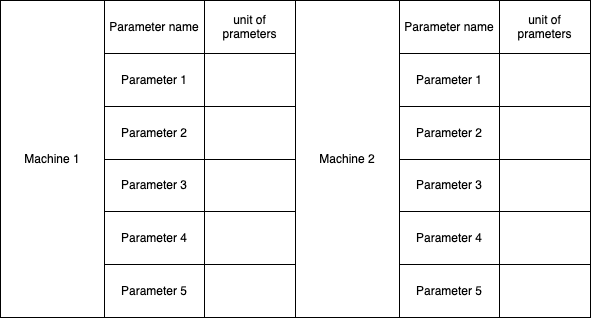
Earlier version of the draw.io export machnining paramters.png (amerezoji1362/drawio-github). Source tidied: cells renumbered, new cells last; positions are measured from the earlier drawing's top-left corner, leaving out a move shared by most shapes.
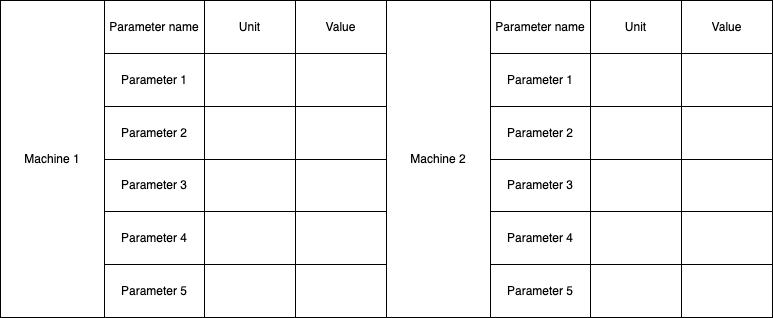
Later version of the same file.

Diff of the diagram source:
```diff
@@ -2,137 +2,173 @@
   <root>
     <mxCell id="0" />
     <mxCell id="1" parent="0" />
-    <mxCell id="2" style="shape=table;startSize=0;" parent="1" vertex="1">
-      <mxGeometry x="104" width="191" height="317" as="geometry" />
-    </mxCell>
-    <mxCell id="3" style="shape=partialRectangle;fillColor=none;top=0;left=0;bottom=0;right=0;" parent="2" vertex="1">
-      <mxGeometry width="191" height="53" as="geometry" />
-    </mxCell>
-    <mxCell id="4" value="Parameter name" style="shape=partialRectangle;html=1;whiteSpace=wrap;overflow=hidden;fillColor=none;top=0;left=0;bottom=0;right=0;" parent="3" vertex="1">
-      <mxGeometry width="100" height="53" as="geometry" />
-    </mxCell>
-    <mxCell id="5" value="unit of prameters" style="shape=partialRectangle;html=1;whiteSpace=wrap;overflow=hidden;fillColor=none;top=0;left=0;bottom=0;right=0;" parent="3" vertex="1">
-      <mxGeometry x="100" width="91" height="53" as="geometry" />
-    </mxCell>
-    <mxCell id="6" style="shape=partialRectangle;fillColor=none;top=0;left=0;bottom=0;right=0;" parent="2" vertex="1">
-      <mxGeometry y="53" width="191" height="53" as="geometry" />
-    </mxCell>
-    <mxCell id="7" value="Parameter 1" style="shape=partialRectangle;html=1;whiteSpace=wrap;overflow=hidden;fillColor=none;top=0;left=0;bottom=0;right=0;" parent="6" vertex="1">
-      <mxGeometry width="100" height="53" as="geometry" />
-    </mxCell>
-    <mxCell id="8" style="shape=partialRectangle;html=1;whiteSpace=wrap;overflow=hidden;fillColor=none;top=0;left=0;bottom=0;right=0;" parent="6" vertex="1">
-      <mxGeometry x="100" width="91" height="53" as="geometry" />
-    </mxCell>
-    <mxCell id="9" style="shape=partialRectangle;fillColor=none;top=0;left=0;bottom=0;right=0;" parent="2" vertex="1">
-      <mxGeometry y="106" width="191" height="53" as="geometry" />
-    </mxCell>
-    <mxCell id="10" value="Parameter 2" style="shape=partialRectangle;html=1;whiteSpace=wrap;overflow=hidden;fillColor=none;top=0;left=0;bottom=0;right=0;" parent="9" vertex="1">
-      <mxGeometry width="100" height="53" as="geometry" />
-    </mxCell>
-    <mxCell id="11" style="shape=partialRectangle;html=1;whiteSpace=wrap;overflow=hidden;fillColor=none;top=0;left=0;bottom=0;right=0;" parent="9" vertex="1">
-      <mxGeometry x="100" width="91" height="53" as="geometry" />
-    </mxCell>
-    <mxCell id="12" style="shape=partialRectangle;fillColor=none;top=0;left=0;bottom=0;right=0;" parent="2" vertex="1">
-      <mxGeometry y="159" width="191" height="52" as="geometry" />
-    </mxCell>
-    <mxCell id="13" value="Parameter 3" style="shape=partialRectangle;html=1;whiteSpace=wrap;overflow=hidden;fillColor=none;top=0;left=0;bottom=0;right=0;" parent="12" vertex="1">
-      <mxGeometry width="100" height="52" as="geometry" />
-    </mxCell>
-    <mxCell id="14" style="shape=partialRectangle;html=1;whiteSpace=wrap;overflow=hidden;fillColor=none;top=0;left=0;bottom=0;right=0;" parent="12" vertex="1">
-      <mxGeometry x="100" width="91" height="52" as="geometry" />
-    </mxCell>
-    <mxCell id="15" style="shape=partialRectangle;fillColor=none;top=0;left=0;bottom=0;right=0;" parent="2" vertex="1">
-      <mxGeometry y="211" width="191" height="53" as="geometry" />
-    </mxCell>
-    <mxCell id="16" value="Parameter 4" style="shape=partialRectangle;html=1;whiteSpace=wrap;overflow=hidden;fillColor=none;top=0;left=0;bottom=0;right=0;" parent="15" vertex="1">
-      <mxGeometry width="100" height="53" as="geometry" />
-    </mxCell>
-    <mxCell id="17" style="shape=partialRectangle;html=1;whiteSpace=wrap;overflow=hidden;fillColor=none;top=0;left=0;bottom=0;right=0;" parent="15" vertex="1">
-      <mxGeometry x="100" width="91" height="53" as="geometry" />
-    </mxCell>
-    <mxCell id="18" style="shape=partialRectangle;fillColor=none;top=0;left=0;bottom=0;right=0;" parent="2" vertex="1">
-      <mxGeometry y="264" width="191" height="53" as="geometry" />
-    </mxCell>
-    <mxCell id="19" value="Parameter 5" style="shape=partialRectangle;html=1;whiteSpace=wrap;overflow=hidden;fillColor=none;top=0;left=0;bottom=0;right=0;" parent="18" vertex="1">
-      <mxGeometry width="100" height="53" as="geometry" />
-    </mxCell>
-    <mxCell id="20" style="shape=partialRectangle;html=1;whiteSpace=wrap;overflow=hidden;fillColor=none;top=0;left=0;bottom=0;right=0;" parent="18" vertex="1">
-      <mxGeometry x="100" width="91" height="53" as="geometry" />
-    </mxCell>
+    <mxCell id="46" style="shape=table;startSize=0;" parent="1" vertex="1">
+      <mxGeometry x="104" width="282" height="317" as="geometry" />
+    </mxCell>
+    <mxCell id="47" style="shape=partialRectangle;fillColor=none;top=0;left=0;bottom=0;right=0;" parent="46" vertex="1">
+      <mxGeometry width="282" height="53" as="geometry" />
+    </mxCell>
+    <mxCell id="48" value="Parameter name" style="shape=partialRectangle;html=1;whiteSpace=wrap;overflow=hidden;fillColor=none;top=0;left=0;bottom=0;right=0;" parent="47" vertex="1">
+      <mxGeometry width="100" height="53" as="geometry" />
+    </mxCell>
+    <mxCell id="49" value="Unit" style="shape=partialRectangle;html=1;whiteSpace=wrap;overflow=hidden;fillColor=none;top=0;left=0;bottom=0;right=0;" parent="47" vertex="1">
+      <mxGeometry x="100" width="91" height="53" as="geometry" />
+    </mxCell>
+    <mxCell id="50" value="Value" style="shape=partialRectangle;html=1;whiteSpace=wrap;overflow=hidden;fillColor=none;top=0;left=0;bottom=0;right=0;" parent="47" vertex="1">
+      <mxGeometry x="191" width="91" height="53" as="geometry" />
+    </mxCell>
+    <mxCell id="51" style="shape=partialRectangle;fillColor=none;top=0;left=0;bottom=0;right=0;" parent="46" vertex="1">
+      <mxGeometry y="53" width="282" height="53" as="geometry" />
+    </mxCell>
+    <mxCell id="52" value="Parameter 1" style="shape=partialRectangle;html=1;whiteSpace=wrap;overflow=hidden;fillColor=none;top=0;left=0;bottom=0;right=0;" parent="51" vertex="1">
+      <mxGeometry width="100" height="53" as="geometry" />
+    </mxCell>
+    <mxCell id="53" style="shape=partialRectangle;html=1;whiteSpace=wrap;overflow=hidden;fillColor=none;top=0;left=0;bottom=0;right=0;" parent="51" vertex="1">
+      <mxGeometry x="100" width="91" height="53" as="geometry" />
+    </mxCell>
+    <mxCell id="54" style="shape=partialRectangle;html=1;whiteSpace=wrap;overflow=hidden;fillColor=none;top=0;left=0;bottom=0;right=0;" parent="51" vertex="1">
+      <mxGeometry x="191" width="91" height="53" as="geometry" />
+    </mxCell>
+    <mxCell id="55" style="shape=partialRectangle;fillColor=none;top=0;left=0;bottom=0;right=0;" parent="46" vertex="1">
+      <mxGeometry y="106" width="282" height="53" as="geometry" />
+    </mxCell>
+    <mxCell id="56" value="Parameter 2" style="shape=partialRectangle;html=1;whiteSpace=wrap;overflow=hidden;fillColor=none;top=0;left=0;bottom=0;right=0;" parent="55" vertex="1">
+      <mxGeometry width="100" height="53" as="geometry" />
+    </mxCell>
+    <mxCell id="57" style="shape=partialRectangle;html=1;whiteSpace=wrap;overflow=hidden;fillColor=none;top=0;left=0;bottom=0;right=0;" parent="55" vertex="1">
+      <mxGeometry x="100" width="91" height="53" as="geometry" />
+    </mxCell>
+    <mxCell id="58" style="shape=partialRectangle;html=1;whiteSpace=wrap;overflow=hidden;fillColor=none;top=0;left=0;bottom=0;right=0;" parent="55" vertex="1">
+      <mxGeometry x="191" width="91" height="53" as="geometry" />
+    </mxCell>
+    <mxCell id="59" style="shape=partialRectangle;fillColor=none;top=0;left=0;bottom=0;right=0;" parent="46" vertex="1">
+      <mxGeometry y="159" width="282" height="52" as="geometry" />
+    </mxCell>
+    <mxCell id="60" value="Parameter 3" style="shape=partialRectangle;html=1;whiteSpace=wrap;overflow=hidden;fillColor=none;top=0;left=0;bottom=0;right=0;" parent="59" vertex="1">
+      <mxGeometry width="100" height="52" as="geometry" />
+    </mxCell>
+    <mxCell id="61" style="shape=partialRectangle;html=1;whiteSpace=wrap;overflow=hidden;fillColor=none;top=0;left=0;bottom=0;right=0;" parent="59" vertex="1">
+      <mxGeometry x="100" width="91" height="52" as="geometry" />
+    </mxCell>
+    <mxCell id="62" style="shape=partialRectangle;html=1;whiteSpace=wrap;overflow=hidden;fillColor=none;top=0;left=0;bottom=0;right=0;" parent="59" vertex="1">
+      <mxGeometry x="191" width="91" height="52" as="geometry" />
+    </mxCell>
+    <mxCell id="63" style="shape=partialRectangle;fillColor=none;top=0;left=0;bottom=0;right=0;" parent="46" vertex="1">
+      <mxGeometry y="211" width="282" height="53" as="geometry" />
+    </mxCell>
+    <mxCell id="64" value="Parameter 4" style="shape=partialRectangle;html=1;whiteSpace=wrap;overflow=hidden;fillColor=none;top=0;left=0;bottom=0;right=0;" parent="63" vertex="1">
+      <mxGeometry width="100" height="53" as="geometry" />
+    </mxCell>
+    <mxCell id="65" style="shape=partialRectangle;html=1;whiteSpace=wrap;overflow=hidden;fillColor=none;top=0;left=0;bottom=0;right=0;" parent="63" vertex="1">
+      <mxGeometry x="100" width="91" height="53" as="geometry" />
+    </mxCell>
+    <mxCell id="66" style="shape=partialRectangle;html=1;whiteSpace=wrap;overflow=hidden;fillColor=none;top=0;left=0;bottom=0;right=0;" parent="63" vertex="1">
+      <mxGeometry x="191" width="91" height="53" as="geometry" />
+    </mxCell>
+    <mxCell id="67" style="shape=partialRectangle;fillColor=none;top=0;left=0;bottom=0;right=0;" parent="46" vertex="1">
+      <mxGeometry y="264" width="282" height="53" as="geometry" />
+    </mxCell>
+    <mxCell id="68" value="Parameter 5" style="shape=partialRectangle;html=1;whiteSpace=wrap;overflow=hidden;fillColor=none;top=0;left=0;bottom=0;right=0;" parent="67" vertex="1">
+      <mxGeometry width="100" height="53" as="geometry" />
+    </mxCell>
+    <mxCell id="69" style="shape=partialRectangle;html=1;whiteSpace=wrap;overflow=hidden;fillColor=none;top=0;left=0;bottom=0;right=0;" parent="67" vertex="1">
+      <mxGeometry x="100" width="91" height="53" as="geometry" />
+    </mxCell>
+    <mxCell id="70" style="shape=partialRectangle;html=1;whiteSpace=wrap;overflow=hidden;fillColor=none;top=0;left=0;bottom=0;right=0;" parent="67" vertex="1">
+      <mxGeometry x="191" width="91" height="53" as="geometry" />
+    </mxCell>
     <mxCell id="21" style="shape=table;startSize=0;" parent="1" vertex="1">
       <mxGeometry width="104" height="317" as="geometry" />
     </mxCell>
-    <mxCell id="22" style="shape=partialRectangle;fillColor=none;top=0;left=0;bottom=0;right=0;" parent="21" vertex="1">
-      <mxGeometry width="104" height="317" as="geometry" />
-    </mxCell>
+    <mxCell id="71" style="shape=partialRectangle;fillColor=none;top=0;left=0;bottom=0;right=0;" parent="21" vertex="1">
+      <mxGeometry width="104" height="317" as="geometry" />
+    </mxCell>
-    <mxCell id="23" value="Machine 1" style="shape=partialRectangle;html=1;whiteSpace=wrap;overflow=hidden;fillColor=none;top=0;left=0;bottom=0;right=0;" parent="22" vertex="1">
+    <mxCell id="23" value="Machine 1" style="shape=partialRectangle;html=1;whiteSpace=wrap;overflow=hidden;fillColor=none;top=0;left=0;bottom=0;right=0;" parent="71" vertex="1">
       <mxGeometry width="104" height="317" as="geometry" />
     </mxCell>
-    <mxCell id="24" style="shape=table;startSize=0;" parent="1" vertex="1">
-      <mxGeometry x="295" width="104" height="317" as="geometry" />
-    </mxCell>
-    <mxCell id="25" style="shape=partialRectangle;fillColor=none;top=0;left=0;bottom=0;right=0;" parent="24" vertex="1">
-      <mxGeometry width="104" height="317" as="geometry" />
-    </mxCell>
+    <mxCell id="72" style="shape=table;startSize=0;" parent="1" vertex="1">
+      <mxGeometry x="386" width="104" height="317" as="geometry" />
+    </mxCell>
+    <mxCell id="73" style="shape=partialRectangle;fillColor=none;top=0;left=0;bottom=0;right=0;" parent="72" vertex="1">
+      <mxGeometry width="104" height="317" as="geometry" />
+    </mxCell>
-    <mxCell id="26" value="Machine 2" style="shape=partialRectangle;html=1;whiteSpace=wrap;overflow=hidden;fillColor=none;top=0;left=0;bottom=0;right=0;" parent="25" vertex="1">
+    <mxCell id="26" value="Machine 2" style="shape=partialRectangle;html=1;whiteSpace=wrap;overflow=hidden;fillColor=none;top=0;left=0;bottom=0;right=0;" parent="73" vertex="1">
       <mxGeometry width="104" height="317" as="geometry" />
     </mxCell>
-    <mxCell id="27" style="shape=table;startSize=0;" parent="1" vertex="1">
-      <mxGeometry x="399" width="191" height="317" as="geometry" />
-    </mxCell>
-    <mxCell id="28" style="shape=partialRectangle;fillColor=none;top=0;left=0;bottom=0;right=0;" parent="27" vertex="1">
-      <mxGeometry width="191" height="53" as="geometry" />
-    </mxCell>
-    <mxCell id="29" value="Parameter name" style="shape=partialRectangle;html=1;whiteSpace=wrap;overflow=hidden;fillColor=none;top=0;left=0;bottom=0;right=0;" parent="28" vertex="1">
-      <mxGeometry width="100" height="53" as="geometry" />
-    </mxCell>
-    <mxCell id="30" value="unit of prameters" style="shape=partialRectangle;html=1;whiteSpace=wrap;overflow=hidden;fillColor=none;top=0;left=0;bottom=0;right=0;" parent="28" vertex="1">
-      <mxGeometry x="100" width="91" height="53" as="geometry" />
-    </mxCell>
-    <mxCell id="31" style="shape=partialRectangle;fillColor=none;top=0;left=0;bottom=0;right=0;" parent="27" vertex="1">
-      <mxGeometry y="53" width="191" height="53" as="geometry" />
-    </mxCell>
-    <mxCell id="32" value="Parameter 1" style="shape=partialRectangle;html=1;whiteSpace=wrap;overflow=hidden;fillColor=none;top=0;left=0;bottom=0;right=0;" parent="31" vertex="1">
-      <mxGeometry width="100" height="53" as="geometry" />
-    </mxCell>
-    <mxCell id="33" style="shape=partialRectangle;html=1;whiteSpace=wrap;overflow=hidden;fillColor=none;top=0;left=0;bottom=0;right=0;" parent="31" vertex="1">
-      <mxGeometry x="100" width="91" height="53" as="geometry" />
-    </mxCell>
-    <mxCell id="34" style="shape=partialRectangle;fillColor=none;top=0;left=0;bottom=0;right=0;" parent="27" vertex="1">
-      <mxGeometry y="106" width="191" height="53" as="geometry" />
-    </mxCell>
-    <mxCell id="35" value="Parameter 2" style="shape=partialRectangle;html=1;whiteSpace=wrap;overflow=hidden;fillColor=none;top=0;left=0;bottom=0;right=0;" parent="34" vertex="1">
-      <mxGeometry width="100" height="53" as="geometry" />
-    </mxCell>
-    <mxCell id="36" style="shape=partialRectangle;html=1;whiteSpace=wrap;overflow=hidden;fillColor=none;top=0;left=0;bottom=0;right=0;" parent="34" vertex="1">
-      <mxGeometry x="100" width="91" height="53" as="geometry" />
-    </mxCell>
-    <mxCell id="37" style="shape=partialRectangle;fillColor=none;top=0;left=0;bottom=0;right=0;" parent="27" vertex="1">
-      <mxGeometry y="159" width="191" height="52" as="geometry" />
-    </mxCell>
-    <mxCell id="38" value="Parameter 3" style="shape=partialRectangle;html=1;whiteSpace=wrap;overflow=hidden;fillColor=none;top=0;left=0;bottom=0;right=0;" parent="37" vertex="1">
-      <mxGeometry width="100" height="52" as="geometry" />
-    </mxCell>
-    <mxCell id="39" style="shape=partialRectangle;html=1;whiteSpace=wrap;overflow=hidden;fillColor=none;top=0;left=0;bottom=0;right=0;" parent="37" vertex="1">
-      <mxGeometry x="100" width="91" height="52" as="geometry" />
-    </mxCell>
-    <mxCell id="40" style="shape=partialRectangle;fillColor=none;top=0;left=0;bottom=0;right=0;" parent="27" vertex="1">
-      <mxGeometry y="211" width="191" height="53" as="geometry" />
-    </mxCell>
-    <mxCell id="41" value="Parameter 4" style="shape=partialRectangle;html=1;whiteSpace=wrap;overflow=hidden;fillColor=none;top=0;left=0;bottom=0;right=0;" parent="40" vertex="1">
-      <mxGeometry width="100" height="53" as="geometry" />
-    </mxCell>
-    <mxCell id="42" style="shape=partialRectangle;html=1;whiteSpace=wrap;overflow=hidden;fillColor=none;top=0;left=0;bottom=0;right=0;" parent="40" vertex="1">
-      <mxGeometry x="100" width="91" height="53" as="geometry" />
-    </mxCell>
-    <mxCell id="43" style="shape=partialRectangle;fillColor=none;top=0;left=0;bottom=0;right=0;" parent="27" vertex="1">
-      <mxGeometry y="264" width="191" height="53" as="geometry" />
-    </mxCell>
-    <mxCell id="44" value="Parameter 5" style="shape=partialRectangle;html=1;whiteSpace=wrap;overflow=hidden;fillColor=none;top=0;left=0;bottom=0;right=0;" parent="43" vertex="1">
-      <mxGeometry width="100" height="53" as="geometry" />
-    </mxCell>
-    <mxCell id="45" style="shape=partialRectangle;html=1;whiteSpace=wrap;overflow=hidden;fillColor=none;top=0;left=0;bottom=0;right=0;" parent="43" vertex="1">
-      <mxGeometry x="100" width="91" height="53" as="geometry" />
-    </mxCell>
+    <mxCell id="74" style="shape=table;startSize=0;" parent="1" vertex="1">
+      <mxGeometry x="490" width="282" height="317" as="geometry" />
+    </mxCell>
+    <mxCell id="75" style="shape=partialRectangle;fillColor=none;top=0;left=0;bottom=0;right=0;" parent="74" vertex="1">
+      <mxGeometry width="282" height="53" as="geometry" />
+    </mxCell>
+    <mxCell id="76" value="Parameter name" style="shape=partialRectangle;html=1;whiteSpace=wrap;overflow=hidden;fillColor=none;top=0;left=0;bottom=0;right=0;" parent="75" vertex="1">
+      <mxGeometry width="100" height="53" as="geometry" />
+    </mxCell>
+    <mxCell id="77" value="Unit" style="shape=partialRectangle;html=1;whiteSpace=wrap;overflow=hidden;fillColor=none;top=0;left=0;bottom=0;right=0;" parent="75" vertex="1">
+      <mxGeometry x="100" width="91" height="53" as="geometry" />
+    </mxCell>
+    <mxCell id="78" value="Value" style="shape=partialRectangle;html=1;whiteSpace=wrap;overflow=hidden;fillColor=none;top=0;left=0;bottom=0;right=0;" parent="75" vertex="1">
+      <mxGeometry x="191" width="91" height="53" as="geometry" />
+    </mxCell>
+    <mxCell id="79" style="shape=partialRectangle;fillColor=none;top=0;left=0;bottom=0;right=0;" parent="74" vertex="1">
+      <mxGeometry y="53" width="282" height="53" as="geometry" />
+    </mxCell>
+    <mxCell id="80" value="Parameter 1" style="shape=partialRectangle;html=1;whiteSpace=wrap;overflow=hidden;fillColor=none;top=0;left=0;bottom=0;right=0;" parent="79" vertex="1">
+      <mxGeometry width="100" height="53" as="geometry" />
+    </mxCell>
+    <mxCell id="81" style="shape=partialRectangle;html=1;whiteSpace=wrap;overflow=hidden;fillColor=none;top=0;left=0;bottom=0;right=0;" parent="79" vertex="1">
+      <mxGeometry x="100" width="91" height="53" as="geometry" />
+    </mxCell>
+    <mxCell id="82" style="shape=partialRectangle;html=1;whiteSpace=wrap;overflow=hidden;fillColor=none;top=0;left=0;bottom=0;right=0;" parent="79" vertex="1">
+      <mxGeometry x="191" width="91" height="53" as="geometry" />
+    </mxCell>
+    <mxCell id="83" style="shape=partialRectangle;fillColor=none;top=0;left=0;bottom=0;right=0;" parent="74" vertex="1">
+      <mxGeometry y="106" width="282" height="53" as="geometry" />
+    </mxCell>
+    <mxCell id="84" value="Parameter 2" style="shape=partialRectangle;html=1;whiteSpace=wrap;overflow=hidden;fillColor=none;top=0;left=0;bottom=0;right=0;" parent="83" vertex="1">
+      <mxGeometry width="100" height="53" as="geometry" />
+    </mxCell>
+    <mxCell id="85" style="shape=partialRectangle;html=1;whiteSpace=wrap;overflow=hidden;fillColor=none;top=0;left=0;bottom=0;right=0;" parent="83" vertex="1">
+      <mxGeometry x="100" width="91" height="53" as="geometry" />
+    </mxCell>
+    <mxCell id="86" style="shape=partialRectangle;html=1;whiteSpace=wrap;overflow=hidden;fillColor=none;top=0;left=0;bottom=0;right=0;" parent="83" vertex="1">
+      <mxGeometry x="191" width="91" height="53" as="geometry" />
+    </mxCell>
+    <mxCell id="87" style="shape=partialRectangle;fillColor=none;top=0;left=0;bottom=0;right=0;" parent="74" vertex="1">
+      <mxGeometry y="159" width="282" height="52" as="geometry" />
+    </mxCell>
+    <mxCell id="88" value="Parameter 3" style="shape=partialRectangle;html=1;whiteSpace=wrap;overflow=hidden;fillColor=none;top=0;left=0;bottom=0;right=0;" parent="87" vertex="1">
+      <mxGeometry width="100" height="52" as="geometry" />
+    </mxCell>
+    <mxCell id="89" style="shape=partialRectangle;html=1;whiteSpace=wrap;overflow=hidden;fillColor=none;top=0;left=0;bottom=0;right=0;" parent="87" vertex="1">
+      <mxGeometry x="100" width="91" height="52" as="geometry" />
+    </mxCell>
+    <mxCell id="90" style="shape=partialRectangle;html=1;whiteSpace=wrap;overflow=hidden;fillColor=none;top=0;left=0;bottom=0;right=0;" parent="87" vertex="1">
+      <mxGeometry x="191" width="91" height="52" as="geometry" />
+    </mxCell>
+    <mxCell id="91" style="shape=partialRectangle;fillColor=none;top=0;left=0;bottom=0;right=0;" parent="74" vertex="1">
+      <mxGeometry y="211" width="282" height="53" as="geometry" />
+    </mxCell>
+    <mxCell id="92" value="Parameter 4" style="shape=partialRectangle;html=1;whiteSpace=wrap;overflow=hidden;fillColor=none;top=0;left=0;bottom=0;right=0;" parent="91" vertex="1">
+      <mxGeometry width="100" height="53" as="geometry" />
+    </mxCell>
+    <mxCell id="93" style="shape=partialRectangle;html=1;whiteSpace=wrap;overflow=hidden;fillColor=none;top=0;left=0;bottom=0;right=0;" parent="91" vertex="1">
+      <mxGeometry x="100" width="91" height="53" as="geometry" />
+    </mxCell>
+    <mxCell id="94" style="shape=partialRectangle;html=1;whiteSpace=wrap;overflow=hidden;fillColor=none;top=0;left=0;bottom=0;right=0;" parent="91" vertex="1">
+      <mxGeometry x="191" width="91" height="53" as="geometry" />
+    </mxCell>
+    <mxCell id="95" style="shape=partialRectangle;fillColor=none;top=0;left=0;bottom=0;right=0;" parent="74" vertex="1">
+      <mxGeometry y="264" width="282" height="53" as="geometry" />
+    </mxCell>
+    <mxCell id="96" value="Parameter 5" style="shape=partialRectangle;html=1;whiteSpace=wrap;overflow=hidden;fillColor=none;top=0;left=0;bottom=0;right=0;" parent="95" vertex="1">
+      <mxGeometry width="100" height="53" as="geometry" />
+    </mxCell>
+    <mxCell id="97" style="shape=partialRectangle;html=1;whiteSpace=wrap;overflow=hidden;fillColor=none;top=0;left=0;bottom=0;right=0;" parent="95" vertex="1">
+      <mxGeometry x="100" width="91" height="53" as="geometry" />
+    </mxCell>
+    <mxCell id="98" style="shape=partialRectangle;html=1;whiteSpace=wrap;overflow=hidden;fillColor=none;top=0;left=0;bottom=0;right=0;" parent="95" vertex="1">
+      <mxGeometry x="191" width="91" height="53" as="geometry" />
+    </mxCell>
   </root>
 </mxGraphModel>
```
